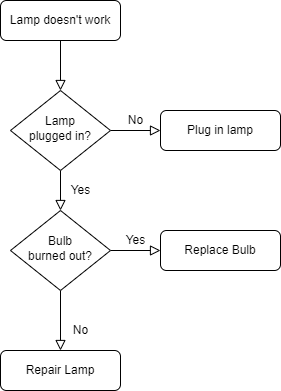
yiruiwan/black_tech keeps this draw.io diagram as 拆分与合并d.png. Above is the earlier version. Source tidied: cells renumbered, new cells last; positions are measured from the earlier drawing's top-left corner, leaving out a move shared by most shapes.
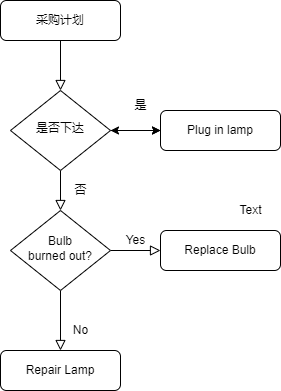
After the change.

Commit message:
更新拆分与合并d.png

Change to the diagram source:
```diff
@@ -5,18 +5,24 @@
     <mxCell id="2" style="rounded=0;html=1;jettySize=auto;fontSize=11;endArrow=block;endFill=0;endSize=8;strokeWidth=1;shadow=0;labelBackgroundColor=none;edgeStyle=orthogonalEdgeStyle;" parent="1" edge="1" source="3" target="6">
       <mxGeometry relative="1" as="geometry" />
     </mxCell>
-    <mxCell id="3" value="Lamp doesn't work" style="rounded=1;whiteSpace=wrap;html=1;fontSize=12;glass=0;strokeWidth=1;shadow=0;" parent="1" vertex="1">
+    <mxCell id="3" value="采购计划" style="rounded=1;whiteSpace=wrap;html=1;fontSize=12;glass=0;strokeWidth=1;shadow=0;" parent="1" vertex="1">
       <mxGeometry width="120" height="40" as="geometry" />
     </mxCell>
-    <mxCell id="4" value="Yes" style="rounded=0;html=1;jettySize=auto;fontSize=11;endArrow=block;endFill=0;endSize=8;strokeWidth=1;shadow=0;labelBackgroundColor=none;edgeStyle=orthogonalEdgeStyle;" parent="1" edge="1" source="6" target="10">
+    <mxCell id="4" value="否" style="rounded=0;html=1;jettySize=auto;fontSize=11;endArrow=block;endFill=0;endSize=8;strokeWidth=1;shadow=0;labelBackgroundColor=none;edgeStyle=orthogonalEdgeStyle;" parent="1" edge="1" source="6" target="10">
       <mxGeometry y="20" relative="1" as="geometry" />
     </mxCell>
-    <mxCell id="5" value="No" style="edgeStyle=orthogonalEdgeStyle;rounded=0;html=1;jettySize=auto;fontSize=11;endArrow=block;endFill=0;endSize=8;strokeWidth=1;shadow=0;labelBackgroundColor=none;" parent="1" edge="1" source="6" target="7">
-      <mxGeometry y="10" relative="1" as="geometry" />
-    </mxCell>
+    <mxCell id="13" style="edgeStyle=orthogonalEdgeStyle;rounded=0;jettySize=auto;html=1;" parent="1" edge="1" source="6" target="7">
+      <mxGeometry relative="1" as="geometry" />
+    </mxCell>
+    <mxCell id="14" style="edgeStyle=orthogonalEdgeStyle;rounded=0;jettySize=auto;html=1;" parent="1" edge="1" source="6" target="7">
+      <mxGeometry relative="1" as="geometry" />
+    </mxCell>
-    <mxCell id="6" value="Lamp&lt;br&gt;plugged in?" style="rhombus;whiteSpace=wrap;html=1;shadow=0;fontFamily=Helvetica;fontSize=12;align=center;strokeWidth=1;spacing=6;spacingTop=-4;" parent="1" vertex="1">
+    <mxCell id="6" value="是否下达" style="rhombus;whiteSpace=wrap;html=1;shadow=0;fontFamily=Helvetica;fontSize=12;align=center;strokeWidth=1;spacing=6;spacingTop=-4;" parent="1" vertex="1">
       <mxGeometry x="10" y="90" width="100" height="80" as="geometry" />
     </mxCell>
+    <mxCell id="15" style="edgeStyle=orthogonalEdgeStyle;rounded=0;jettySize=auto;html=1;" parent="1" edge="1" source="7" target="6">
+      <mxGeometry relative="1" as="geometry" />
+    </mxCell>
     <mxCell id="7" value="Plug in lamp" style="rounded=1;whiteSpace=wrap;html=1;fontSize=12;glass=0;strokeWidth=1;shadow=0;" parent="1" vertex="1">
       <mxGeometry x="160" y="110" width="120" height="40" as="geometry" />
     </mxCell>
@@ -35,5 +41,11 @@
     <mxCell id="12" value="Replace Bulb" style="rounded=1;whiteSpace=wrap;html=1;fontSize=12;glass=0;strokeWidth=1;shadow=0;" parent="1" vertex="1">
       <mxGeometry x="160" y="230" width="120" height="40" as="geometry" />
     </mxCell>
+    <mxCell id="16" value="Text" style="text;html=1;align=center;verticalAlign=middle;fillColor=none;strokeColor=none;rounded=0;" parent="1" vertex="1">
+      <mxGeometry x="230" y="200" width="40" height="20" as="geometry" />
+    </mxCell>
+    <mxCell id="17" value="是" style="text;html=1;align=center;verticalAlign=middle;strokeColor=none;fillColor=none;" parent="1" vertex="1">
+      <mxGeometry x="120" y="90" width="40" height="30" as="geometry" />
+    </mxCell>
   </root>
 </mxGraphModel>
```
